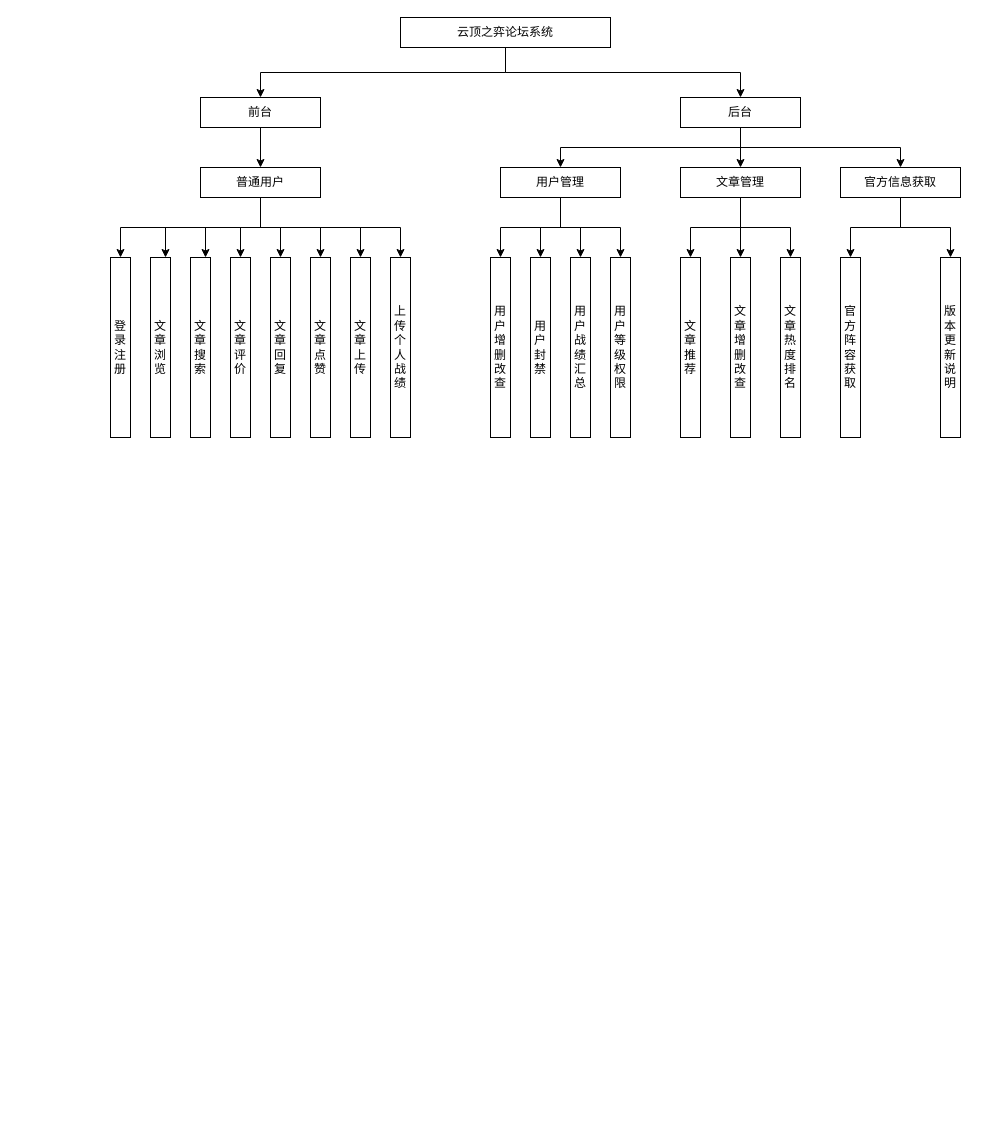
The draw.io diagram 小学期2023.drawio in minhuomin/minhuomin.github, before the edit. Source tidied: cells renumbered, new cells numbered last; positions are measured from the earlier drawing's top-left corner, leaving out a move shared by most shapes. Both pictures are drawn from the tidied source at 100%, with x=0, y=0 at pixel (110, 17).
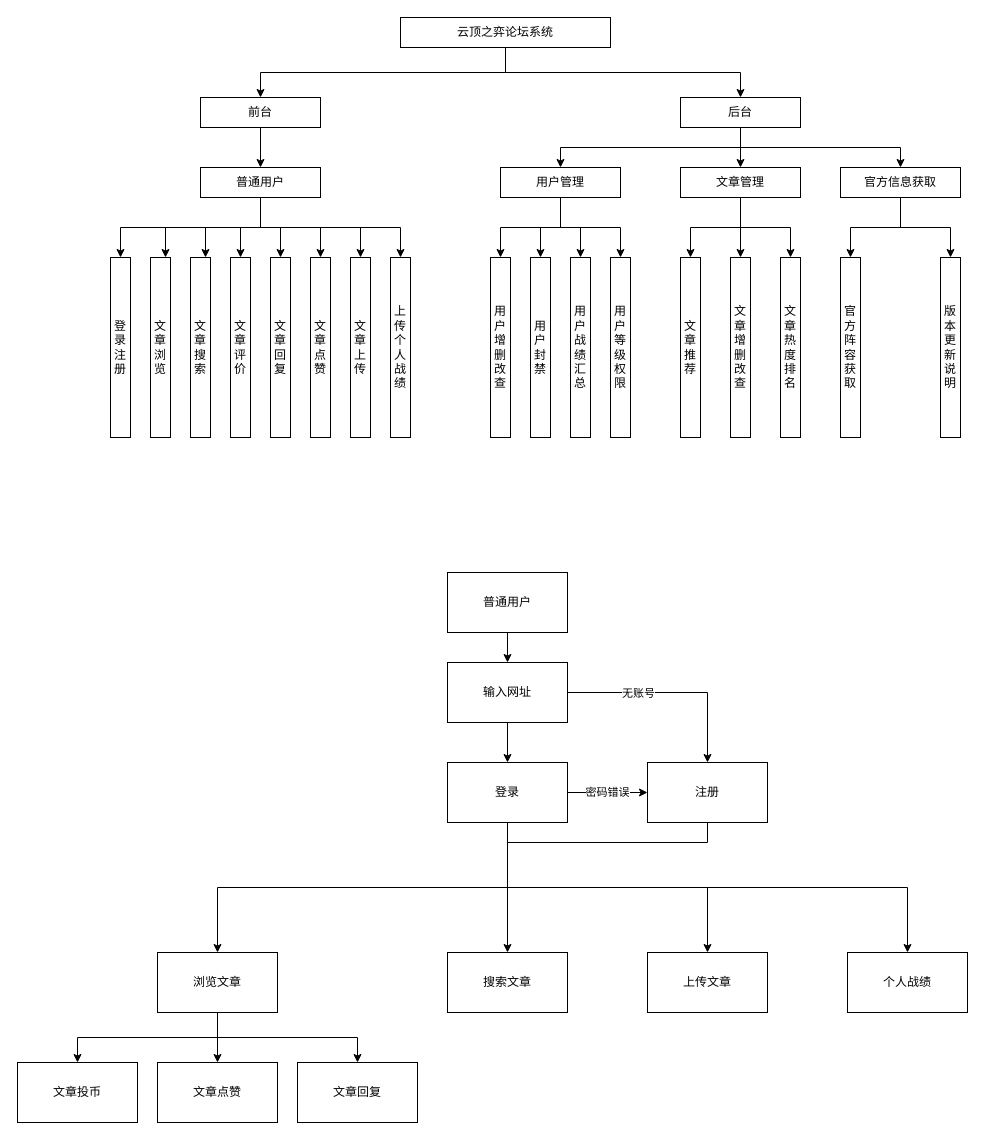
After the change.

Commit message (it also covers changes not shown here):
更新小学期2023.drawio

What changed in the source:
```diff
@@
+    <mxCell id="49" style="edgeStyle=orthogonalEdgeStyle;rounded=0;jettySize=auto;html=1;exitX=0.5;exitY=1;exitDx=0;exitDy=0;" parent="1" edge="1" source="50" target="54">
+      <mxGeometry relative="1" as="geometry" />
+    </mxCell>
+    <mxCell id="50" value="普通用户" style="rounded=0;whiteSpace=wrap;html=1;" parent="1" vertex="1">
+      <mxGeometry x="337" y="555" width="120" height="60" as="geometry" />
+    </mxCell>
+    <mxCell id="51" style="edgeStyle=orthogonalEdgeStyle;rounded=0;jettySize=auto;html=1;exitX=0.5;exitY=1;exitDx=0;exitDy=0;" parent="1" edge="1" source="54" target="60">
+      <mxGeometry relative="1" as="geometry" />
+    </mxCell>
+    <mxCell id="52" style="edgeStyle=orthogonalEdgeStyle;rounded=0;jettySize=auto;html=1;" parent="1" edge="1" source="54" target="61">
+      <mxGeometry relative="1" as="geometry">
+        <Array as="points">
+          <mxPoint x="597" y="675" />
+        </Array>
+      </mxGeometry>
+    </mxCell>
+    <mxCell id="53" value="无账号" style="edgeLabel;html=1;align=center;verticalAlign=middle;" parent="52" vertex="1">
+      <mxGeometry x="-0.05" y="-4" relative="1" as="geometry">
+        <mxPoint x="-30" y="-4" as="offset" />
+      </mxGeometry>
+    </mxCell>
+    <mxCell id="54" value="输入网址" style="rounded=0;whiteSpace=wrap;html=1;" parent="1" vertex="1">
+      <mxGeometry x="337" y="645" width="120" height="60" as="geometry" />
+    </mxCell>
+    <mxCell id="55" value="密码错误" style="edgeStyle=orthogonalEdgeStyle;rounded=0;jettySize=auto;html=1;" parent="1" edge="1" source="60" target="61">
+      <mxGeometry relative="1" as="geometry" />
+    </mxCell>
+    <mxCell id="56" style="edgeStyle=orthogonalEdgeStyle;rounded=0;jettySize=auto;html=1;exitX=0.5;exitY=1;exitDx=0;exitDy=0;entryX=0.5;entryY=0;entryDx=0;entryDy=0;" parent="1" edge="1" source="60" target="67">
+      <mxGeometry relative="1" as="geometry" />
+    </mxCell>
+    <mxCell id="57" style="edgeStyle=orthogonalEdgeStyle;rounded=0;jettySize=auto;html=1;exitX=0.5;exitY=1;exitDx=0;exitDy=0;entryX=0.5;entryY=0;entryDx=0;entryDy=0;" parent="1" edge="1" source="60" target="65">
+      <mxGeometry relative="1" as="geometry" />
+    </mxCell>
+    <mxCell id="58" style="edgeStyle=orthogonalEdgeStyle;rounded=0;jettySize=auto;html=1;exitX=0.5;exitY=1;exitDx=0;exitDy=0;entryX=0.5;entryY=0;entryDx=0;entryDy=0;" parent="1" edge="1" source="60" target="71">
+      <mxGeometry relative="1" as="geometry" />
+    </mxCell>
+    <mxCell id="59" style="edgeStyle=orthogonalEdgeStyle;rounded=0;jettySize=auto;html=1;exitX=0.5;exitY=1;exitDx=0;exitDy=0;entryX=0.5;entryY=0;entryDx=0;entryDy=0;" parent="1" edge="1" source="60" target="72">
+      <mxGeometry relative="1" as="geometry" />
+    </mxCell>
+    <mxCell id="60" value="登录" style="rounded=0;whiteSpace=wrap;html=1;" parent="1" vertex="1">
+      <mxGeometry x="337" y="745" width="120" height="60" as="geometry" />
+    </mxCell>
+    <mxCell id="61" value="注册" style="rounded=0;whiteSpace=wrap;html=1;" parent="1" vertex="1">
+      <mxGeometry x="537" y="745" width="120" height="60" as="geometry" />
+    </mxCell>
+    <mxCell id="62" style="edgeStyle=orthogonalEdgeStyle;rounded=0;jettySize=auto;html=1;exitX=0.5;exitY=1;exitDx=0;exitDy=0;entryX=0.5;entryY=0;entryDx=0;entryDy=0;" parent="1" edge="1" source="65" target="68">
+      <mxGeometry relative="1" as="geometry" />
+    </mxCell>
+    <mxCell id="63" style="edgeStyle=orthogonalEdgeStyle;rounded=0;jettySize=auto;html=1;exitX=0.5;exitY=1;exitDx=0;exitDy=0;entryX=0.5;entryY=0;entryDx=0;entryDy=0;" parent="1" edge="1" source="65" target="69">
+      <mxGeometry relative="1" as="geometry" />
+    </mxCell>
+    <mxCell id="64" style="edgeStyle=orthogonalEdgeStyle;rounded=0;jettySize=auto;html=1;exitX=0.5;exitY=1;exitDx=0;exitDy=0;entryX=0.5;entryY=0;entryDx=0;entryDy=0;" parent="1" edge="1" source="65" target="70">
+      <mxGeometry relative="1" as="geometry" />
+    </mxCell>
+    <mxCell id="65" value="浏览文章" style="rounded=0;whiteSpace=wrap;html=1;" parent="1" vertex="1">
+      <mxGeometry x="47" y="935" width="120" height="60" as="geometry" />
+    </mxCell>
+    <mxCell id="66" style="endArrow=none;html=1;rounded=0;entryX=0.5;entryY=1;entryDx=0;entryDy=0;" parent="1" edge="1" target="61">
+      <mxGeometry relative="1" as="geometry">
+        <mxPoint x="397" y="825" as="sourcePoint" />
+        <Array as="points">
+          <mxPoint x="597" y="825" />
+        </Array>
+      </mxGeometry>
+    </mxCell>
+    <mxCell id="67" value="搜索文章" style="rounded=0;whiteSpace=wrap;html=1;" parent="1" vertex="1">
+      <mxGeometry x="337" y="935" width="120" height="60" as="geometry" />
+    </mxCell>
+    <mxCell id="68" value="文章投币" style="rounded=0;whiteSpace=wrap;html=1;" parent="1" vertex="1">
+      <mxGeometry x="-93" y="1045" width="120" height="60" as="geometry" />
+    </mxCell>
+    <mxCell id="69" value="文章点赞" style="rounded=0;whiteSpace=wrap;html=1;" parent="1" vertex="1">
+      <mxGeometry x="47" y="1045" width="120" height="60" as="geometry" />
+    </mxCell>
+    <mxCell id="70" value="文章回复" style="rounded=0;whiteSpace=wrap;html=1;" parent="1" vertex="1">
+      <mxGeometry x="187" y="1045" width="120" height="60" as="geometry" />
+    </mxCell>
+    <mxCell id="71" value="上传文章" style="rounded=0;whiteSpace=wrap;html=1;" parent="1" vertex="1">
+      <mxGeometry x="537" y="935" width="120" height="60" as="geometry" />
+    </mxCell>
+    <mxCell id="72" value="个人战绩" style="rounded=0;whiteSpace=wrap;html=1;" parent="1" vertex="1">
+      <mxGeometry x="737" y="935" width="120" height="60" as="geometry" />
+    </mxCell>
```
